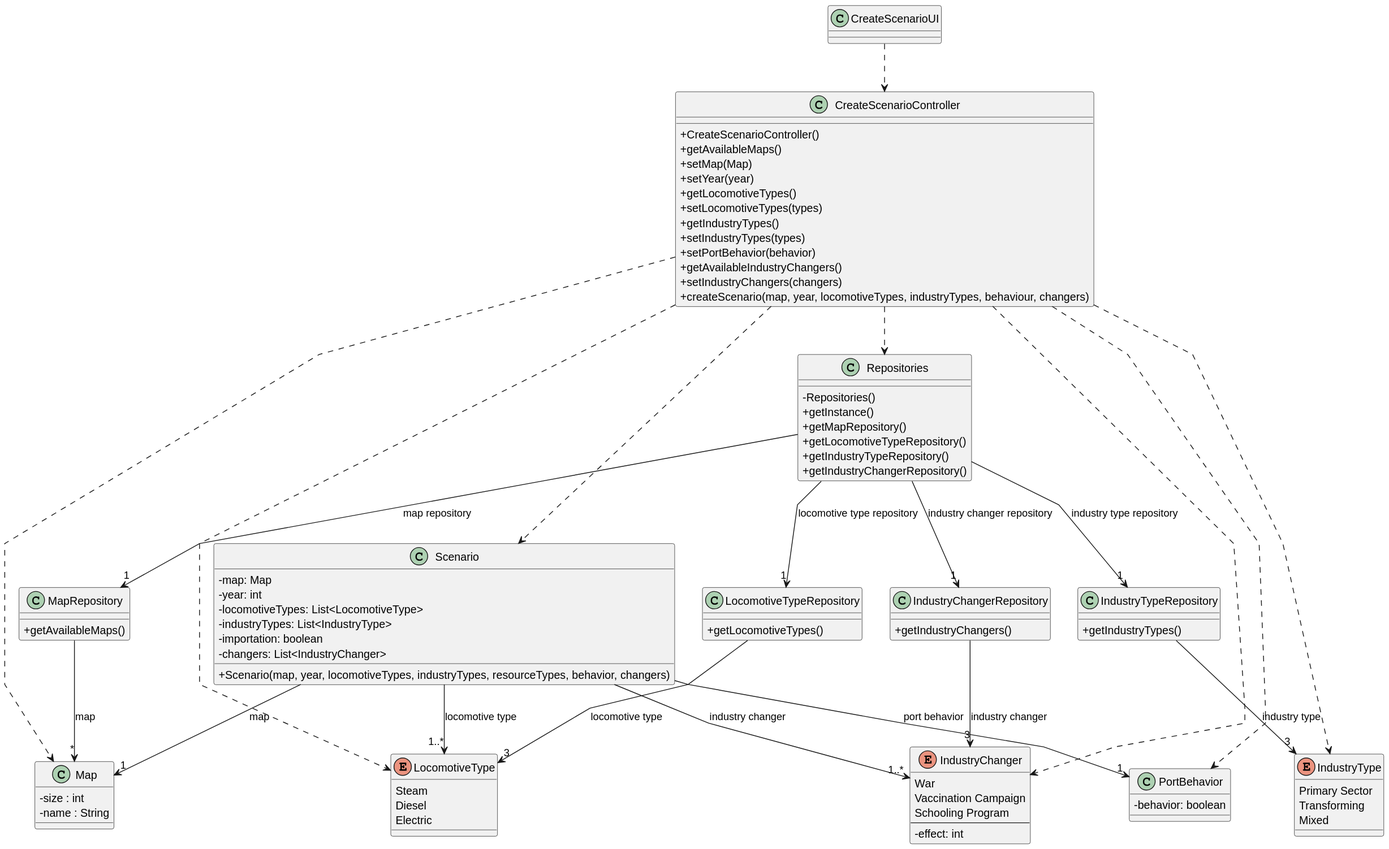
Before: Sprint2/US004/03.design/svg/US004-CD.svg, a diagram exported from PlantUML (1240935/pi2-railway-simulator).
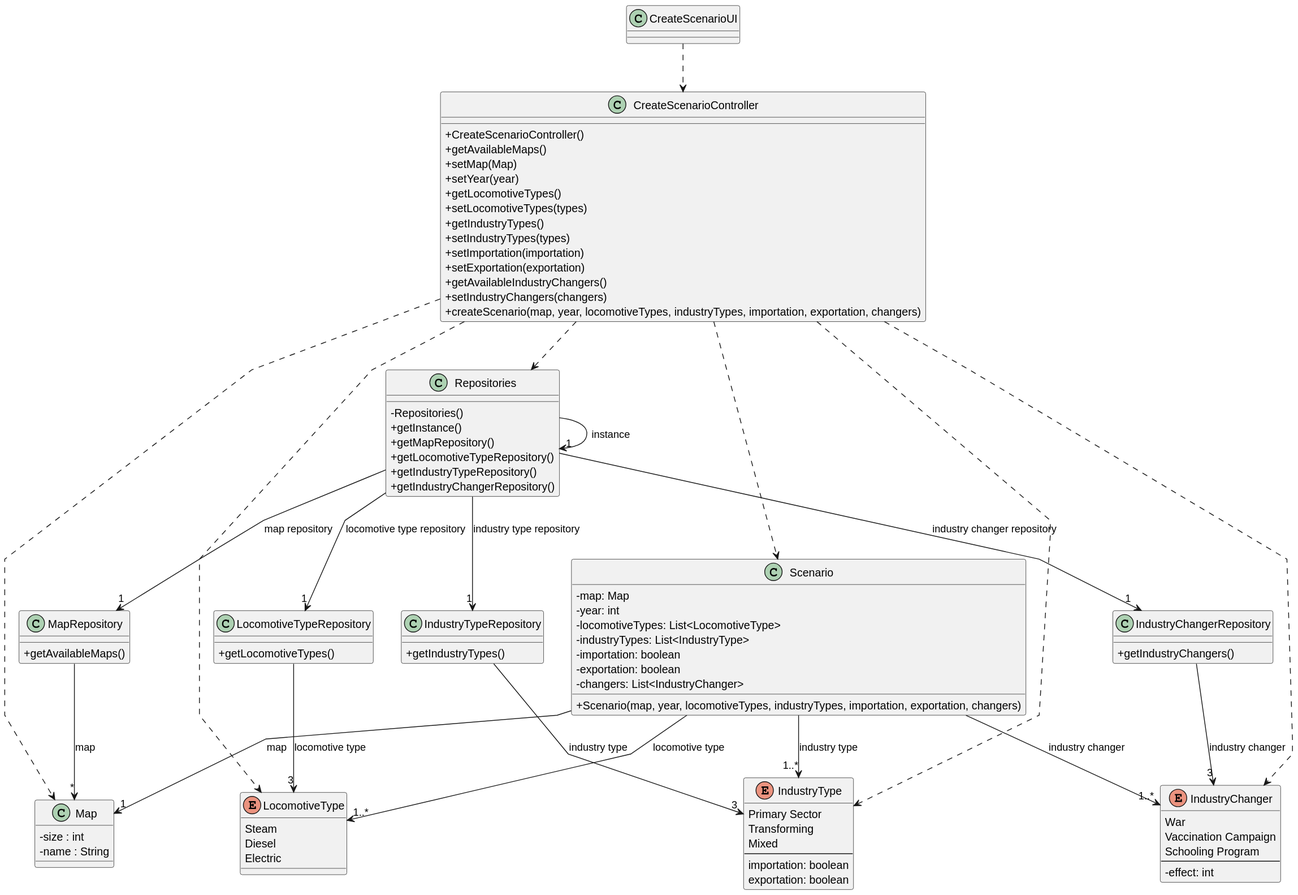
After the commit.

What changed in the source:
```diff
@@ -18,10 +18,11 @@
         +setLocomotiveTypes(types)
         +getIndustryTypes()
         +setIndustryTypes(types)
-        +setPortBehavior(behavior)
+        +setImportation(importation)
+        +setExportation(exportation)
         +getAvailableIndustryChangers()
         +setIndustryChangers(changers)
-        +createScenario(map, year, locomotiveTypes, industryTypes, behaviour, changers)
+        +createScenario(map, year, locomotiveTypes, industryTypes, importation, exportation, changers)
 
     }
 
@@ -56,8 +57,9 @@
        -locomotiveTypes: List<LocomotiveType>
        -industryTypes: List<IndustryType>
        -importation: boolean
+       -exportation: boolean
        -changers: List<IndustryChanger>
-       +Scenario(map, year, locomotiveTypes, industryTypes, resourceTypes, behavior, changers)
+       +Scenario(map, year, locomotiveTypes, industryTypes, importation, exportation, changers)
      }
 
         class Map{
@@ -70,10 +72,14 @@
             Diesel
             Electric
         }
+
         enum IndustryType{
             Primary Sector
             Transforming
             Mixed
+            --
+            importation: boolean
+            exportation: boolean
         }
 
         enum IndustryChanger{
@@ -83,9 +89,6 @@
             --
             -effect: int
         }
-        class PortBehavior{
-            - behavior: boolean
-        }
 
 
     CreateScenarioUI ..> CreateScenarioController
@@ -93,6 +96,7 @@
     CreateScenarioController ..> Scenario
     CreateScenarioController ..> Repositories
 
+    Repositories -> "1" Repositories : instance
     Repositories --> "1" MapRepository: map repository
     Repositories --> "1" LocomotiveTypeRepository : locomotive type repository
     Repositories --> "1" IndustryTypeRepository : industry type repository
@@ -106,13 +110,12 @@
     Scenario --> "1" Map : map
     Scenario --> "1..*" LocomotiveType: locomotive type
     Scenario --> "1..*" IndustryChanger : industry changer
-    Scenario --> "1" PortBehavior: port behavior
+    Scenario --> "1..*" IndustryType: industry type
 
     CreateScenarioController ..> Map
     CreateScenarioController ..> LocomotiveType
     CreateScenarioController ..> IndustryType
     CreateScenarioController ..> IndustryChanger
-    CreateScenarioController ..> PortBehavior
 
 
     @enduml
```
